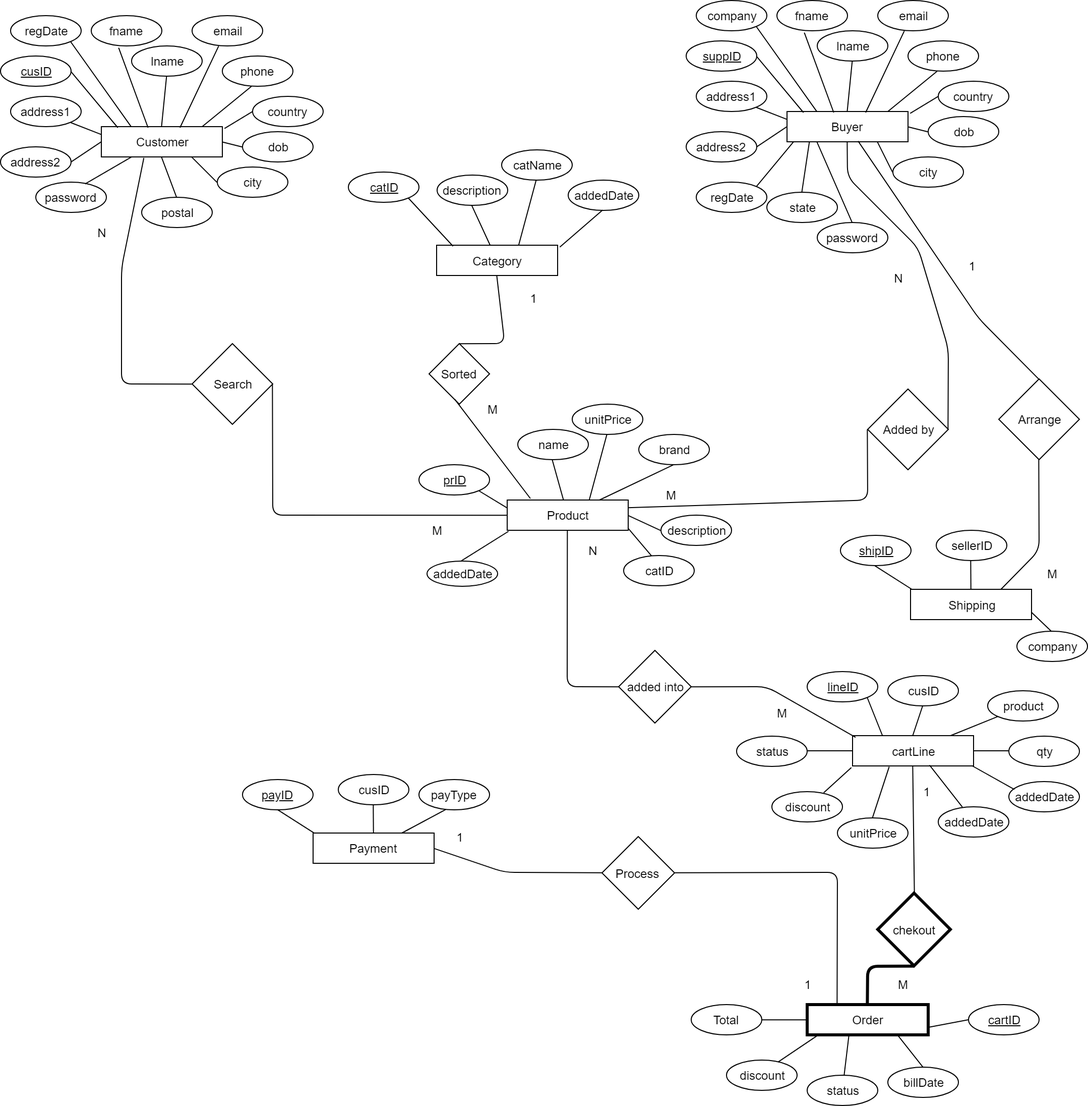
Above: Documentation/Diagrams/ER/ER Original.png in sahanjayawardena9619/PAF_Project (draw.io), before the change. Source tidied: cells renumbered, new cells last; positions are measured from the earlier drawing's top-left corner, leaving out a move shared by most shapes.
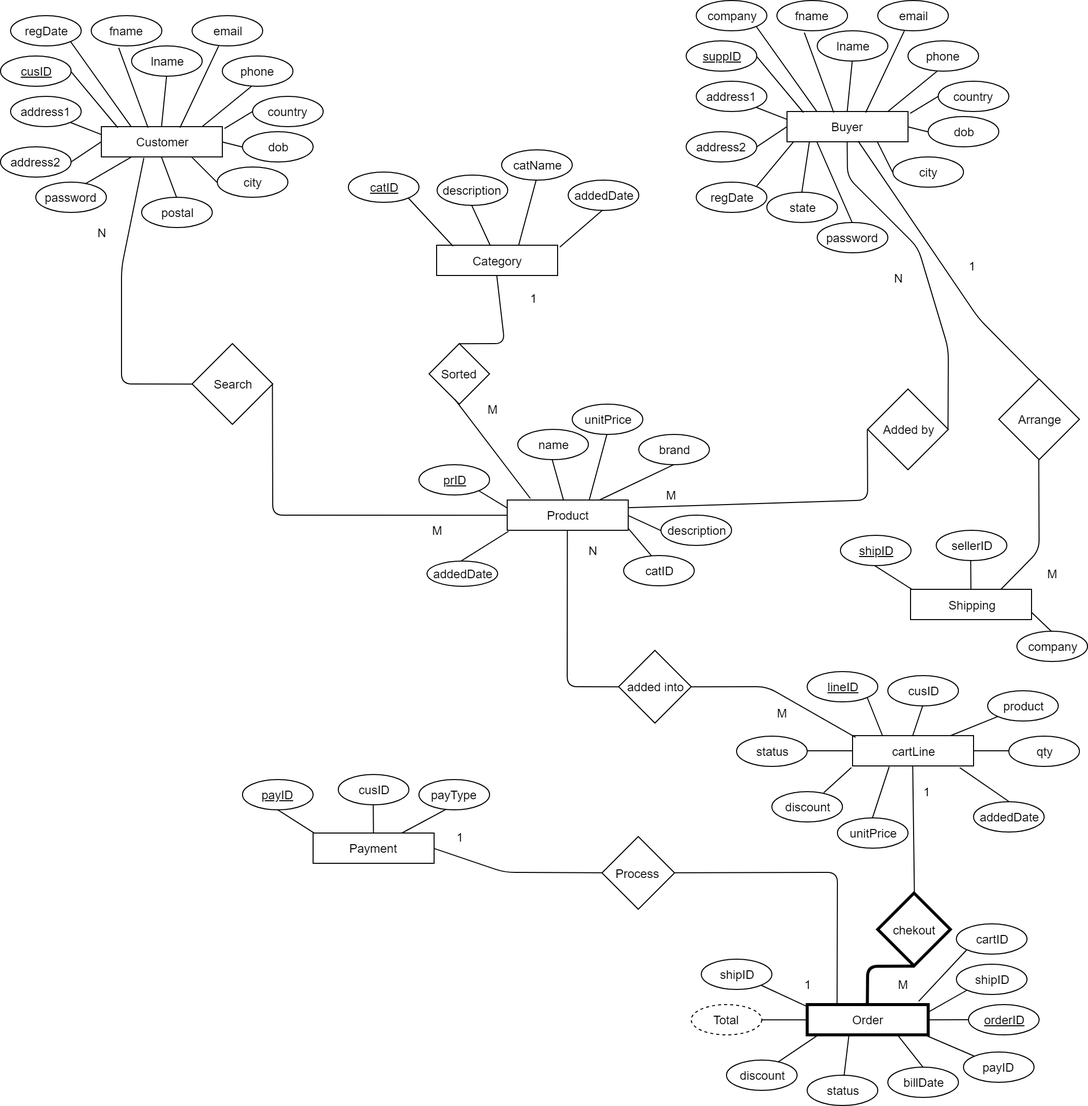
After the commit.

The edit, as a diff of the source:
```diff
@@ -261,11 +261,8 @@
     <mxCell id="86" value="qty" style="ellipse;whiteSpace=wrap;html=1;" parent="1" vertex="1">
       <mxGeometry x="1000" y="728.5" width="70" height="30" as="geometry" />
     </mxCell>
-    <mxCell id="87" value="addedDate" style="ellipse;whiteSpace=wrap;html=1;" parent="1" vertex="1">
-      <mxGeometry x="930" y="798.5" width="70" height="30" as="geometry" />
-    </mxCell>
     <mxCell id="88" value="addedDate" style="ellipse;whiteSpace=wrap;html=1;" parent="1" vertex="1">
-      <mxGeometry x="1000" y="773.5" width="70" height="30" as="geometry" />
+      <mxGeometry x="965" y="793.5" width="70" height="30" as="geometry" />
     </mxCell>
     <mxCell id="89" value="unitPrice" style="ellipse;whiteSpace=wrap;html=1;" parent="1" vertex="1">
       <mxGeometry x="830" y="810" width="70" height="30" as="geometry" />
@@ -288,9 +285,6 @@
     <mxCell id="95" style="endArrow=none;html=1;entryX=0.5;entryY=0;entryDx=0;entryDy=0;exitX=0.303;exitY=1.028;exitDx=0;exitDy=0;exitPerimeter=0;" parent="1" edge="1" source="82" target="89">
       <mxGeometry relative="1" as="geometry" />
     </mxCell>
-    <mxCell id="96" style="endArrow=none;html=1;exitX=0.636;exitY=0.972;exitDx=0;exitDy=0;exitPerimeter=0;" parent="1" edge="1" source="82" target="87">
-      <mxGeometry relative="1" as="geometry" />
-    </mxCell>
     <mxCell id="97" style="endArrow=none;html=1;entryX=0.5;entryY=0;entryDx=0;entryDy=0;exitX=0.5;exitY=1;exitDx=0;exitDy=0;" parent="1" edge="1" source="84" target="82">
       <mxGeometry relative="1" as="geometry" />
     </mxCell>
@@ -300,13 +294,13 @@
     <mxCell id="99" style="endArrow=none;html=1;exitX=0;exitY=0.5;exitDx=0;exitDy=0;entryX=1;entryY=0.5;entryDx=0;entryDy=0;" parent="1" edge="1" source="86" target="82">
       <mxGeometry relative="1" as="geometry" />
     </mxCell>
-    <mxCell id="100" style="endArrow=none;html=1;exitX=0.079;exitY=0.278;exitDx=0;exitDy=0;entryX=0.99;entryY=1;entryDx=0;entryDy=0;entryPerimeter=0;exitPerimeter=0;" parent="1" edge="1" source="88" target="82">
+    <mxCell id="100" style="endArrow=none;html=1;exitX=0.5;exitY=0;exitDx=0;exitDy=0;entryX=0.886;entryY=1.056;entryDx=0;entryDy=0;entryPerimeter=0;" parent="1" edge="1" source="88" target="82">
       <mxGeometry relative="1" as="geometry" />
     </mxCell>
     <mxCell id="101" value="Order" style="rounded=0;whiteSpace=wrap;html=1;strokeWidth=3;" parent="1" vertex="1">
       <mxGeometry x="800" y="995" width="120" height="30" as="geometry" />
     </mxCell>
-    <mxCell id="102" value="&lt;u&gt;cartID&lt;/u&gt;" style="ellipse;whiteSpace=wrap;html=1;" parent="1" vertex="1">
+    <mxCell id="102" value="&lt;u&gt;orderID&lt;/u&gt;" style="ellipse;whiteSpace=wrap;html=1;" parent="1" vertex="1">
       <mxGeometry x="960" y="995" width="70" height="30" as="geometry" />
     </mxCell>
     <mxCell id="103" value="status" style="ellipse;whiteSpace=wrap;html=1;" parent="1" vertex="1">
@@ -318,10 +312,10 @@
     <mxCell id="105" value="discount" style="ellipse;whiteSpace=wrap;html=1;" parent="1" vertex="1">
       <mxGeometry x="720" y="1050" width="70" height="30" as="geometry" />
     </mxCell>
-    <mxCell id="106" value="Total" style="ellipse;whiteSpace=wrap;html=1;" parent="1" vertex="1">
+    <mxCell id="106" value="Total" style="ellipse;whiteSpace=wrap;html=1;dashed=1;" parent="1" vertex="1">
       <mxGeometry x="685" y="995" width="70" height="30" as="geometry" />
     </mxCell>
-    <mxCell id="107" style="endArrow=none;html=1;exitX=1;exitY=0.75;exitDx=0;exitDy=0;" parent="1" edge="1" source="101">
+    <mxCell id="107" style="endArrow=none;html=1;exitX=1;exitY=0.5;exitDx=0;exitDy=0;" parent="1" edge="1" source="101">
       <mxGeometry relative="1" as="geometry">
         <mxPoint x="960" y="1010" as="targetPoint" />
       </mxGeometry>
@@ -536,5 +530,29 @@
     <mxCell id="160" value="1" style="text;html=1;strokeColor=none;fillColor=none;align=center;verticalAlign=middle;whiteSpace=wrap;rounded=0;" parent="1" vertex="1">
       <mxGeometry x="780" y="965" width="40" height="20" as="geometry" />
     </mxCell>
+    <mxCell id="161" value="shipID" style="ellipse;whiteSpace=wrap;html=1;" parent="1" vertex="1">
+      <mxGeometry x="695" y="950" width="70" height="30" as="geometry" />
+    </mxCell>
+    <mxCell id="162" style="endArrow=none;html=1;entryX=1;entryY=1;entryDx=0;entryDy=0;exitX=-0.003;exitY=0.056;exitDx=0;exitDy=0;exitPerimeter=0;" parent="1" edge="1" source="101" target="161">
+      <mxGeometry relative="1" as="geometry" />
+    </mxCell>
+    <mxCell id="163" value="payID" style="ellipse;whiteSpace=wrap;html=1;" parent="1" vertex="1">
+      <mxGeometry x="955" y="1041.5" width="70" height="30" as="geometry" />
+    </mxCell>
+    <mxCell id="164" style="endArrow=none;html=1;exitX=0;exitY=0;exitDx=0;exitDy=0;entryX=0.99;entryY=1.028;entryDx=0;entryDy=0;entryPerimeter=0;" parent="1" edge="1" source="163" target="101">
+      <mxGeometry relative="1" as="geometry" />
+    </mxCell>
+    <mxCell id="165" value="shipID" style="ellipse;whiteSpace=wrap;html=1;" parent="1" vertex="1">
+      <mxGeometry x="947.5" y="955" width="70" height="30" as="geometry" />
+    </mxCell>
+    <mxCell id="166" style="endArrow=none;html=1;exitX=1;exitY=0.25;exitDx=0;exitDy=0;entryX=0;entryY=1;entryDx=0;entryDy=0;" parent="1" edge="1" source="101" target="165">
+      <mxGeometry relative="1" as="geometry" />
+    </mxCell>
+    <mxCell id="167" value="cartID" style="ellipse;whiteSpace=wrap;html=1;" parent="1" vertex="1">
+      <mxGeometry x="947.5" y="915" width="70" height="30" as="geometry" />
+    </mxCell>
+    <mxCell id="168" style="endArrow=none;html=1;exitX=0.921;exitY=-0.106;exitDx=0;exitDy=0;entryX=0;entryY=1;entryDx=0;entryDy=0;exitPerimeter=0;" parent="1" edge="1" source="101" target="167">
+      <mxGeometry relative="1" as="geometry" />
+    </mxCell>
   </root>
 </mxGraphModel>
```
